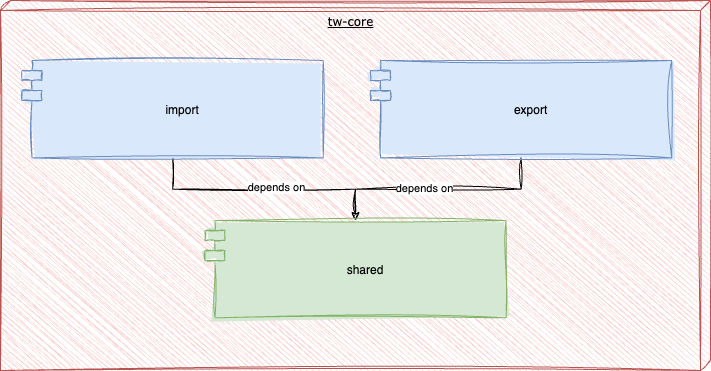
Earlier version of the draw.io export docs/assets/static-level-2.drawio.png (tinohertlein/timesheet-wizard). Source tidied: cells renumbered, new cells last; positions are measured from the earlier drawing's top-left corner, leaving out a move shared by most shapes.
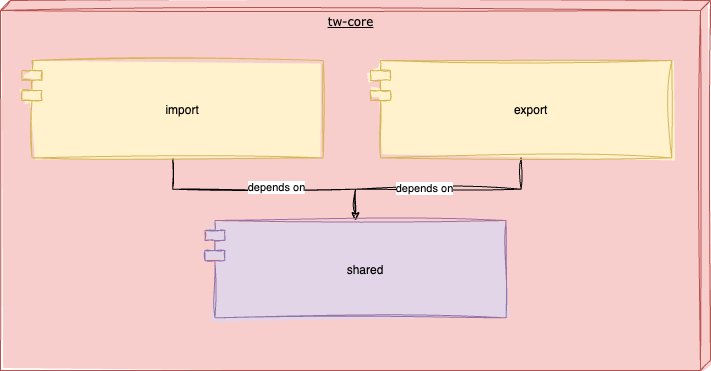
After the commit.

Commit message:
docs: style static diagrams

What changed in the source:
```diff
@@ -5,7 +5,7 @@
     <mxCell id="2" style="group;align=center;verticalAlign=bottom;" parent="1" vertex="1">
       <mxGeometry width="710" height="370" as="geometry" />
     </mxCell>
-    <mxCell id="3" value="tw-core" style="verticalAlign=top;align=center;spacingTop=8;spacingLeft=2;spacingRight=12;shape=cube;size=10;direction=south;fontStyle=4;html=1;rounded=0;shadow=0;comic=0;labelBackgroundColor=none;strokeWidth=1;fontFamily=Verdana;fontSize=12;sketch=1;curveFitting=1;jiggle=2;fillColor=#f8cecc;strokeColor=#b85450;" parent="2" vertex="1">
+    <mxCell id="3" value="tw-core" style="verticalAlign=top;align=center;spacingTop=8;spacingLeft=2;spacingRight=12;shape=cube;size=10;direction=south;fontStyle=4;html=1;rounded=0;shadow=0;comic=0;labelBackgroundColor=none;strokeWidth=1;fontFamily=Verdana;fontSize=12;sketch=1;curveFitting=1;jiggle=2;fillColor=#f8cecc;strokeColor=#b85450;fillStyle=solid;" parent="2" vertex="1">
       <mxGeometry width="710" height="370" as="geometry" />
     </mxCell>
     <mxCell id="4" style="edgeStyle=orthogonalEdgeStyle;rounded=0;jettySize=auto;html=1;sketch=1;curveFitting=1;jiggle=2;" parent="2" edge="1" source="6" target="10">
@@ -14,7 +14,7 @@
     <mxCell id="5" value="depends on" style="edgeLabel;html=1;align=center;verticalAlign=middle;" parent="4" vertex="1">
       <mxGeometry x="0.1" y="2" relative="1" as="geometry" />
     </mxCell>
-    <mxCell id="6" value="import" style="shape=module;align=left;spacingLeft=20;align=center;verticalAlign=middle;sketch=1;curveFitting=1;jiggle=2;fillColor=#dae8fc;strokeColor=#6c8ebf;fillStyle=solid;" parent="2" vertex="1">
+    <mxCell id="6" value="import" style="shape=module;align=left;spacingLeft=20;align=center;verticalAlign=middle;sketch=1;curveFitting=1;jiggle=2;fillColor=#fff2cc;strokeColor=#d6b656;fillStyle=solid;" parent="2" vertex="1">
       <mxGeometry x="21.5" y="60" width="301.2" height="97.4" as="geometry" />
     </mxCell>
     <mxCell id="7" style="edgeStyle=orthogonalEdgeStyle;rounded=0;jettySize=auto;html=1;sketch=1;curveFitting=1;jiggle=2;" parent="2" edge="1" source="9" target="10">
@@ -23,10 +23,10 @@
     <mxCell id="8" value="depends on" style="edgeLabel;html=1;align=center;verticalAlign=middle;" parent="7" vertex="1">
       <mxGeometry x="0.12" y="-1" relative="1" as="geometry" />
     </mxCell>
-    <mxCell id="9" value="export" style="shape=module;align=left;spacingLeft=20;align=center;verticalAlign=middle;sketch=1;curveFitting=1;jiggle=2;fillColor=#dae8fc;strokeColor=#6c8ebf;fillStyle=solid;" parent="2" vertex="1">
+    <mxCell id="9" value="export" style="shape=module;align=left;spacingLeft=20;align=center;verticalAlign=middle;sketch=1;curveFitting=1;jiggle=2;fillColor=#fff2cc;strokeColor=#d6b656;fillStyle=solid;" parent="2" vertex="1">
       <mxGeometry x="370" y="60" width="301.2" height="97.4" as="geometry" />
     </mxCell>
-    <mxCell id="10" value="shared" style="shape=module;align=left;spacingLeft=20;align=center;verticalAlign=middle;sketch=1;curveFitting=1;jiggle=2;fillColor=#d5e8d4;strokeColor=#82b366;fillStyle=solid;" parent="2" vertex="1">
+    <mxCell id="10" value="shared" style="shape=module;align=left;spacingLeft=20;align=center;verticalAlign=middle;sketch=1;curveFitting=1;jiggle=2;fillColor=#e1d5e7;strokeColor=#9673a6;fillStyle=solid;" parent="2" vertex="1">
       <mxGeometry x="204.4" y="220" width="301.2" height="97.4" as="geometry" />
     </mxCell>
   </root>
```
